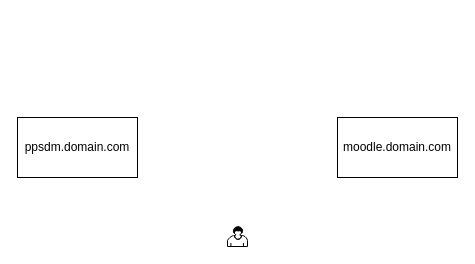
Before: Untitled Diagram.drawio in nmfzone/Learning, a draw.io diagram. Source tidied: cells renumbered, new cells numbered last; positions are measured from the earlier drawing's top-left corner, leaving out a move shared by most shapes. Both pictures are drawn from the tidied source at 100%, with x=0, y=0 at pixel (17, 117).
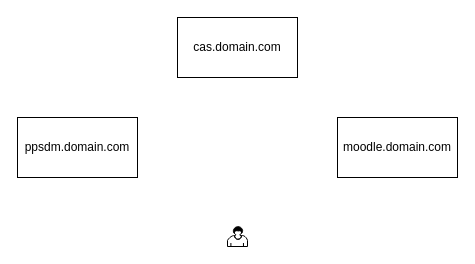
Above is the later version.

Change to the diagram source:
```diff
@@
 <mxGraphModel>
   <root>
     <mxCell id="0" />
     <mxCell id="1" parent="0" />
     <mxCell id="2" style="shape=mxgraph.bpmn.user_task;html=1;" parent="1" vertex="1">
       <mxGeometry x="210" y="109" width="20" height="20" as="geometry" />
     </mxCell>
     <mxCell id="3" value="ppsdm.domain.com" style="rounded=0;whiteSpace=wrap;html=1;" parent="1" vertex="1">
       <mxGeometry width="120" height="60" as="geometry" />
     </mxCell>
     <mxCell id="4" value="moodle.domain.com" style="rounded=0;whiteSpace=wrap;html=1;" parent="1" vertex="1">
       <mxGeometry x="320" width="120" height="60" as="geometry" />
     </mxCell>
+    <mxCell id="5" value="cas.domain.com" style="rounded=0;whiteSpace=wrap;html=1;" parent="1" vertex="1">
+      <mxGeometry x="160" y="-100" width="120" height="60" as="geometry" />
+    </mxCell>
   </root>
 </mxGraphModel>
```
